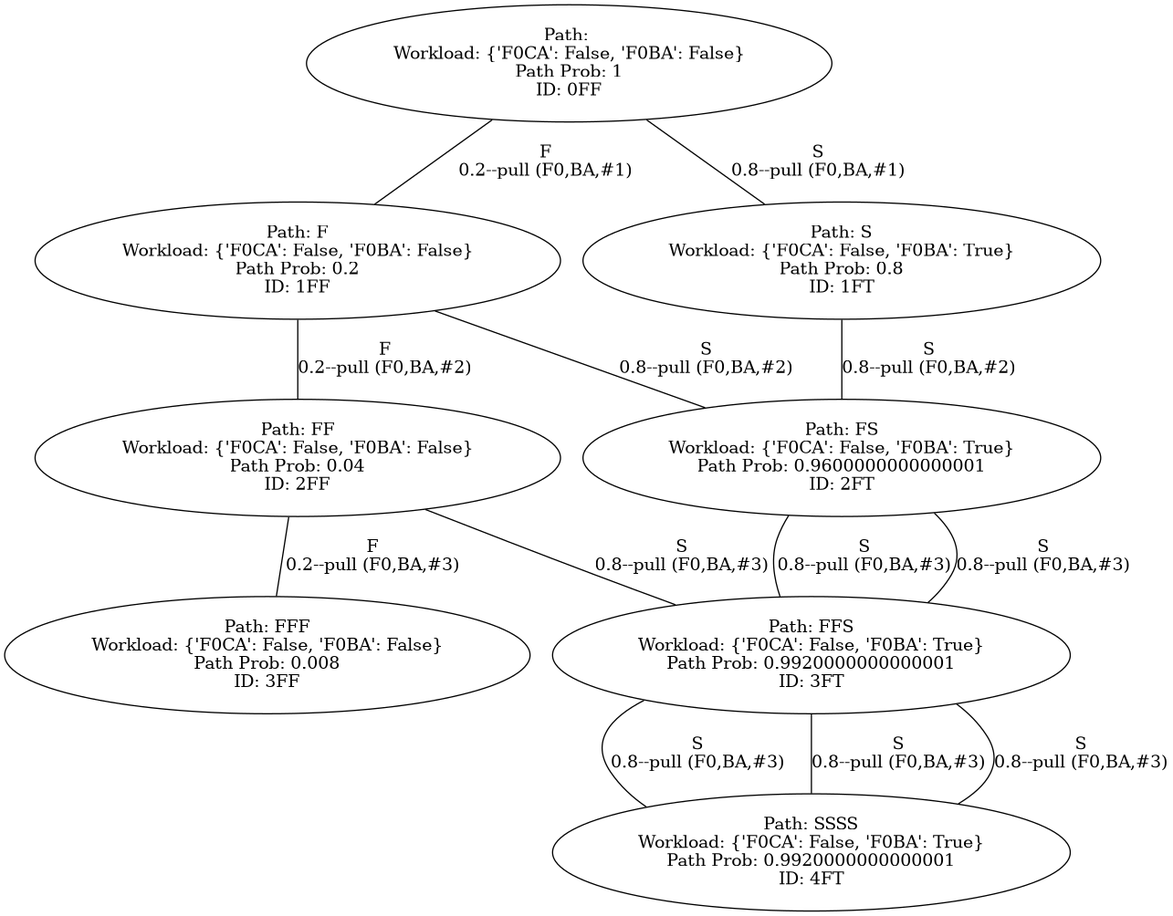
YasinBoloorchi/WARP-Simulator keeps this Graphviz diagram as Output/graph.gv.png. Above is the earlier version. Its source is kept beside it as Output/graph.gv.
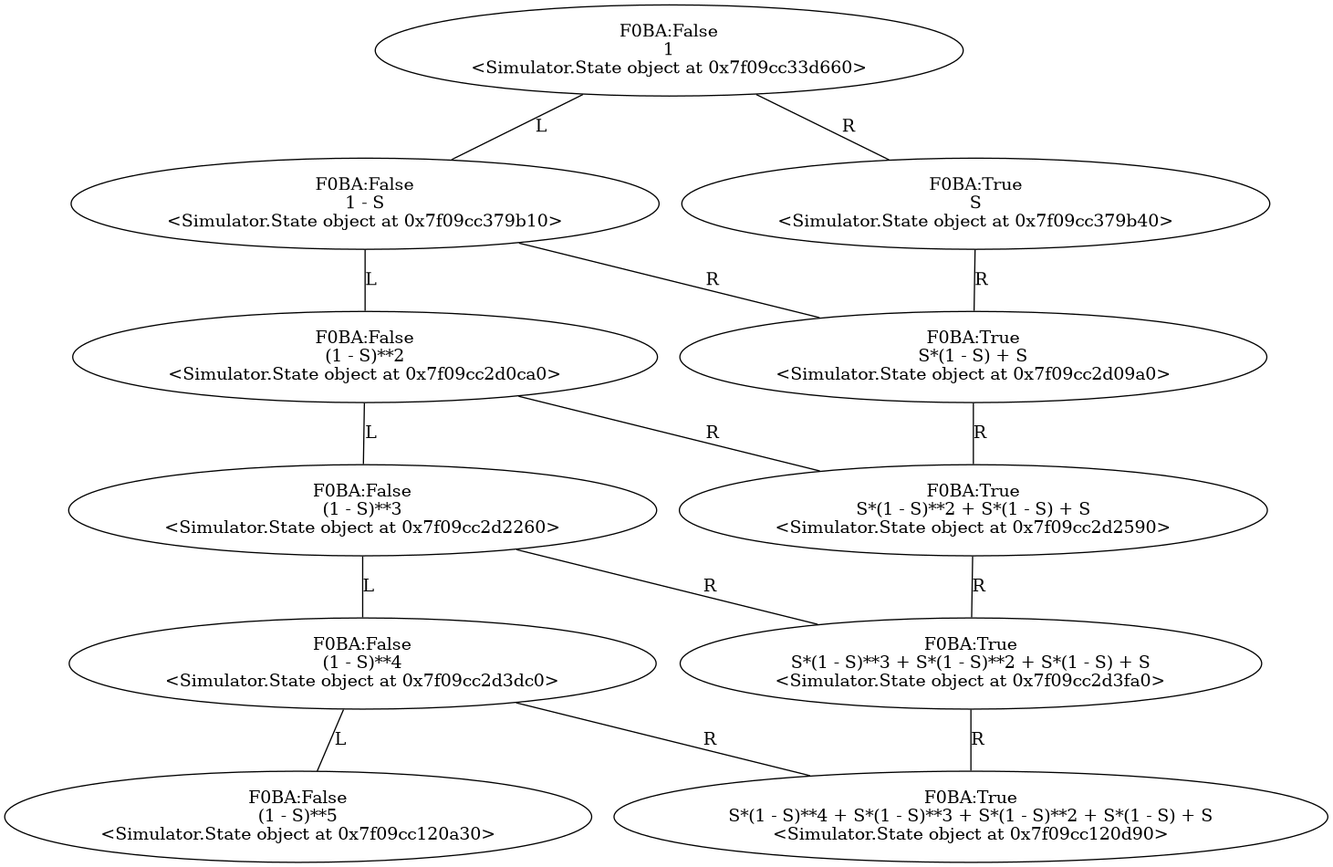
Later version of the same file.

Change to the diagram source:
```diff
@@ -1,126 +1,49 @@
 graph "./Output/graph" {
-	"" [label="Path:
-Workload: {'F0CA': False, 'F0BA': False}
-Path Prob: 1
-ID: 0FF"]
-	"" [label="Path:
-Workload: {'F0CA': False, 'F0BA': False}
-Path Prob: 1
-ID: 0FF"]
-	"" -- F [label="F
-0.2--pull (F0,BA,#1)"]
-	F [label="Path: F
-Workload: {'F0CA': False, 'F0BA': False}
-Path Prob: 0.2
-ID: 1FF"]
-	F [label="Path: F
-Workload: {'F0CA': False, 'F0BA': False}
-Path Prob: 0.2
-ID: 1FF"]
-	F -- FF [label="F
-0.2--pull (F0,BA,#2)"]
-	FF [label="Path: FF
-Workload: {'F0CA': False, 'F0BA': False}
-Path Prob: 0.04
-ID: 2FF"]
-	FF [label="Path: FF
-Workload: {'F0CA': False, 'F0BA': False}
-Path Prob: 0.04
-ID: 2FF"]
-	FF -- FFF [label="F
-0.2--pull (F0,BA,#3)"]
-	FFF [label="Path: FFF
-Workload: {'F0CA': False, 'F0BA': False}
-Path Prob: 0.008
-ID: 3FF"]
-	FF [label="Path: FF
-Workload: {'F0CA': False, 'F0BA': False}
-Path Prob: 0.04
-ID: 2FF"]
-	FF -- FFS [label="S
-0.8--pull (F0,BA,#3)"]
-	FFS [label="Path: FFS
-Workload: {'F0CA': False, 'F0BA': True}
-Path Prob: 0.9920000000000001
-ID: 3FT"]
-	FFS [label="Path: FFS
-Workload: {'F0CA': False, 'F0BA': True}
-Path Prob: 0.9920000000000001
-ID: 3FT"]
-	FFS -- SSSS [label="S
-0.8--pull (F0,BA,#3)"]
-	SSSS [label="Path: SSSS
-Workload: {'F0CA': False, 'F0BA': True}
-Path Prob: 0.9920000000000001
-ID: 4FT"]
-	F [label="Path: F
-Workload: {'F0CA': False, 'F0BA': False}
-Path Prob: 0.2
-ID: 1FF"]
-	F -- FS [label="S
-0.8--pull (F0,BA,#2)"]
-	FS [label="Path: FS
-Workload: {'F0CA': False, 'F0BA': True}
-Path Prob: 0.9600000000000001
-ID: 2FT"]
-	FS [label="Path: FS
-Workload: {'F0CA': False, 'F0BA': True}
-Path Prob: 0.9600000000000001
-ID: 2FT"]
-	FS -- FFS [label="S
-0.8--pull (F0,BA,#3)"]
-	FFS [label="Path: FFS
-Workload: {'F0CA': False, 'F0BA': True}
-Path Prob: 0.9920000000000001
-ID: 3FT"]
-	FFS [label="Path: FFS
-Workload: {'F0CA': False, 'F0BA': True}
-Path Prob: 0.9920000000000001
-ID: 3FT"]
-	FFS -- SSSS [label="S
-0.8--pull (F0,BA,#3)"]
-	SSSS [label="Path: SSSS
-Workload: {'F0CA': False, 'F0BA': True}
-Path Prob: 0.9920000000000001
-ID: 4FT"]
-	"" [label="Path:
-Workload: {'F0CA': False, 'F0BA': False}
-Path Prob: 1
-ID: 0FF"]
-	"" -- S [label="S
-0.8--pull (F0,BA,#1)"]
-	S [label="Path: S
-Workload: {'F0CA': False, 'F0BA': True}
-Path Prob: 0.8
-ID: 1FT"]
-	S [label="Path: S
-Workload: {'F0CA': False, 'F0BA': True}
-Path Prob: 0.8
-ID: 1FT"]
-	S -- FS [label="S
-0.8--pull (F0,BA,#2)"]
-	FS [label="Path: FS
-Workload: {'F0CA': False, 'F0BA': True}
-Path Prob: 0.9600000000000001
-ID: 2FT"]
-	FS [label="Path: FS
-Workload: {'F0CA': False, 'F0BA': True}
-Path Prob: 0.9600000000000001
-ID: 2FT"]
-	FS -- FFS [label="S
-0.8--pull (F0,BA,#3)"]
-	FFS [label="Path: FFS
-Workload: {'F0CA': False, 'F0BA': True}
-Path Prob: 0.9920000000000001
-ID: 3FT"]
-	FFS [label="Path: FFS
-Workload: {'F0CA': False, 'F0BA': True}
-Path Prob: 0.9920000000000001
-ID: 3FT"]
-	FFS -- SSSS [label="S
-0.8--pull (F0,BA,#3)"]
-	SSSS [label="Path: SSSS
-Workload: {'F0CA': False, 'F0BA': True}
-Path Prob: 0.9920000000000001
-ID: 4FT"]
+	<Simulator.State object at 0x7f09cc33d660> [label="F0BA:False
+1
+<Simulator.State object at 0x7f09cc33d660>"]
+	<Simulator.State object at 0x7f09cc33d660> -- <Simulator.State object at 0x7f09cc379b10> [label=L]
+	<Simulator.State object at 0x7f09cc33d660> -- <Simulator.State object at 0x7f09cc379b40> [label=R]
+	<Simulator.State object at 0x7f09cc379b10> [label="F0BA:False
+1 - S
+<Simulator.State object at 0x7f09cc379b10>"]
+	<Simulator.State object at 0x7f09cc379b10> -- <Simulator.State object at 0x7f09cc2d0ca0> [label=L]
+	<Simulator.State object at 0x7f09cc379b10> -- <Simulator.State object at 0x7f09cc2d09a0> [label=R]
+	<Simulator.State object at 0x7f09cc379b40> [label="F0BA:True
+S
+<Simulator.State object at 0x7f09cc379b40>"]
+	<Simulator.State object at 0x7f09cc379b40> -- <Simulator.State object at 0x7f09cc2d09a0> [label=R]
+	<Simulator.State object at 0x7f09cc2d0ca0> [label="F0BA:False
+(1 - S)**2
+<Simulator.State object at 0x7f09cc2d0ca0>"]
+	<Simulator.State object at 0x7f09cc2d0ca0> -- <Simulator.State object at 0x7f09cc2d2260> [label=L]
+	<Simulator.State object at 0x7f09cc2d0ca0> -- <Simulator.State object at 0x7f09cc2d2590> [label=R]
+	<Simulator.State object at 0x7f09cc2d09a0> [label="F0BA:True
+S*(1 - S) + S
+<Simulator.State object at 0x7f09cc2d09a0>"]
+	<Simulator.State object at 0x7f09cc2d09a0> -- <Simulator.State object at 0x7f09cc2d2590> [label=R]
+	<Simulator.State object at 0x7f09cc2d2260> [label="F0BA:False
+(1 - S)**3
+<Simulator.State object at 0x7f09cc2d2260>"]
+	<Simulator.State object at 0x7f09cc2d2260> -- <Simulator.State object at 0x7f09cc2d3dc0> [label=L]
+	<Simulator.State object at 0x7f09cc2d2260> -- <Simulator.State object at 0x7f09cc2d3fa0> [label=R]
+	<Simulator.State object at 0x7f09cc2d2590> [label="F0BA:True
+S*(1 - S)**2 + S*(1 - S) + S
+<Simulator.State object at 0x7f09cc2d2590>"]
+	<Simulator.State object at 0x7f09cc2d2590> -- <Simulator.State object at 0x7f09cc2d3fa0> [label=R]
+	<Simulator.State object at 0x7f09cc2d3dc0> [label="F0BA:False
+(1 - S)**4
+<Simulator.State object at 0x7f09cc2d3dc0>"]
+	<Simulator.State object at 0x7f09cc2d3dc0> -- <Simulator.State object at 0x7f09cc120a30> [label=L]
+	<Simulator.State object at 0x7f09cc2d3dc0> -- <Simulator.State object at 0x7f09cc120d90> [label=R]
+	<Simulator.State object at 0x7f09cc2d3fa0> [label="F0BA:True
+S*(1 - S)**3 + S*(1 - S)**2 + S*(1 - S) + S
+<Simulator.State object at 0x7f09cc2d3fa0>"]
+	<Simulator.State object at 0x7f09cc2d3fa0> -- <Simulator.State object at 0x7f09cc120d90> [label=R]
+	<Simulator.State object at 0x7f09cc120a30> [label="F0BA:False
+(1 - S)**5
+<Simulator.State object at 0x7f09cc120a30>"]
+	<Simulator.State object at 0x7f09cc120d90> [label="F0BA:True
+S*(1 - S)**4 + S*(1 - S)**3 + S*(1 - S)**2 + S*(1 - S) + S
+<Simulator.State object at 0x7f09cc120d90>"]
 }
```
